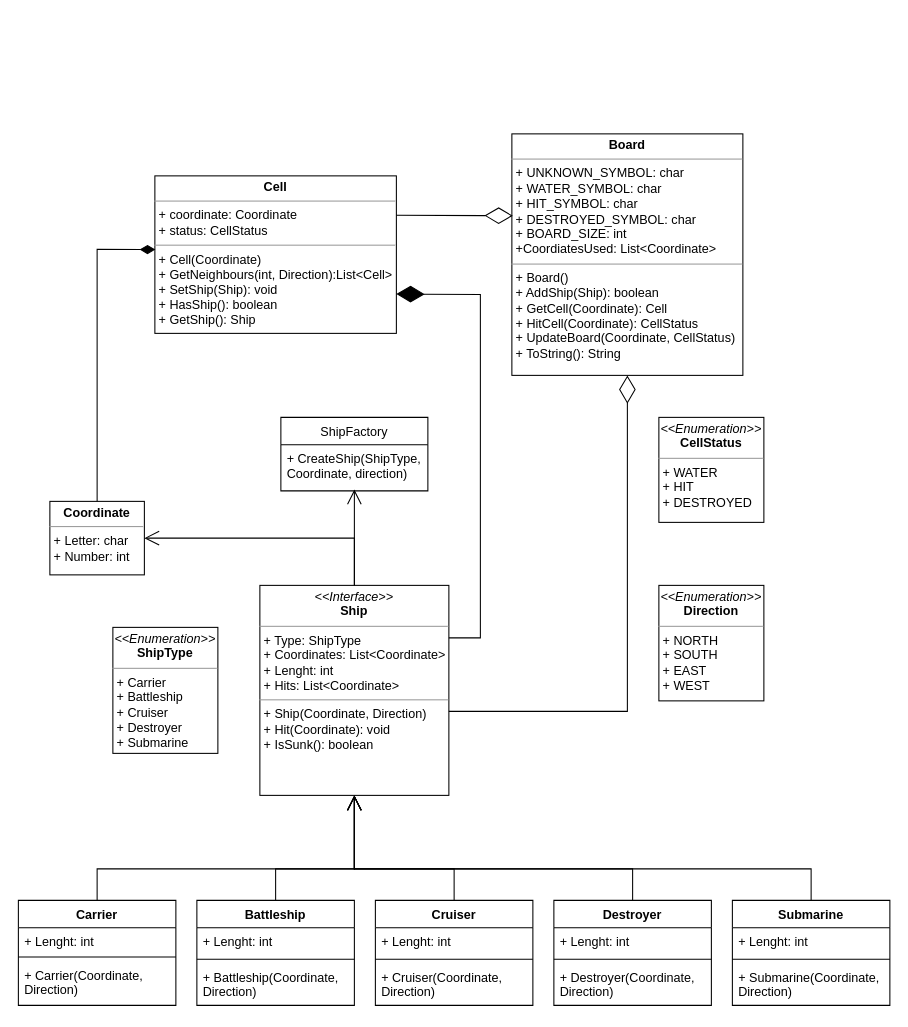
The draw.io diagram UML.drawio in CesarSnake/Battleship, before the edit. Source tidied: cells renumbered, new cells numbered last; positions are measured from the earlier drawing's top-left corner, leaving out a move shared by most shapes. Both pictures are drawn from the tidied source at 105%, with x=0, y=0 at pixel (18, 133).
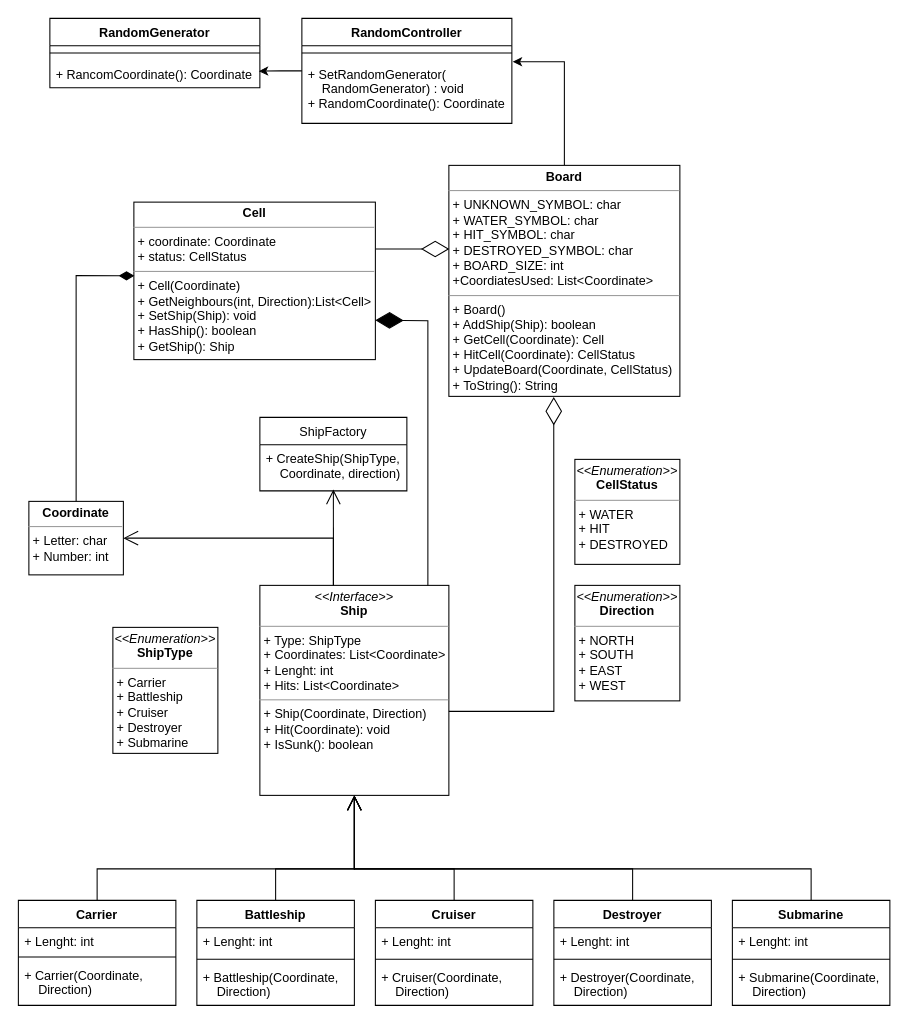
The same diagram, later.

Unchanged cells that the change refers to:
```xml
<mxCell id="2" value="&lt;p style=&quot;margin: 0px ; margin-top: 4px ; text-align: center&quot;&gt;&lt;i&gt;&amp;lt;&amp;lt;Interface&amp;gt;&amp;gt;&lt;/i&gt;&lt;br&gt;&lt;b&gt;Ship&lt;/b&gt;&lt;/p&gt;&lt;hr size=&quot;1&quot;&gt;&lt;p style=&quot;margin: 0px ; margin-left: 4px&quot;&gt;+ Type: ShipType&lt;/p&gt;&lt;p style=&quot;margin: 0px ; margin-left: 4px&quot;&gt;+ Coordinates: List&amp;lt;Coordinate&amp;gt;&lt;br&gt;&lt;/p&gt;&lt;p style=&quot;margin: 0px ; margin-left: 4px&quot;&gt;+ Lenght: int&lt;/p&gt;&lt;p style=&quot;margin: 0px ; margin-left: 4px&quot;&gt;+ Hits: List&amp;lt;Coordinate&amp;gt;&lt;/p&gt;&lt;hr size=&quot;1&quot;&gt;&lt;p style=&quot;margin: 0px ; margin-left: 4px&quot;&gt;+ Ship(Coordinate, Direction)&lt;/p&gt;&lt;p style=&quot;margin: 0px ; margin-left: 4px&quot;&gt;+ Hit(Coordinate): void&lt;br&gt;+ IsSunk(): boolean&lt;/p&gt;" style="verticalAlign=top;align=left;overflow=fill;fontSize=12;fontFamily=Helvetica;html=1;" parent="1" vertex="1">
  <mxGeometry x="230" y="430" width="180" height="200" as="geometry" />
</mxCell>
<mxCell id="5" value="Carrier" style="swimlane;fontStyle=1;align=center;verticalAlign=top;horizontal=1;startSize=26;" parent="1" vertex="1">
  <mxGeometry y="730" width="150" height="100" as="geometry" />
</mxCell>
<mxCell id="9" value="Battleship" style="swimlane;fontStyle=1;align=center;verticalAlign=top;horizontal=1;startSize=26;" parent="1" vertex="1">
  <mxGeometry x="170" y="730" width="150" height="100" as="geometry" />
</mxCell>
<mxCell id="13" value="Submarine" style="swimlane;fontStyle=1;align=center;verticalAlign=top;horizontal=1;startSize=26;" parent="1" vertex="1">
  <mxGeometry x="680" y="730" width="150" height="100" as="geometry" />
</mxCell>
<mxCell id="17" value="Destroyer" style="swimlane;fontStyle=1;align=center;verticalAlign=top;horizontal=1;startSize=26;" parent="1" vertex="1">
  <mxGeometry x="510" y="730" width="150" height="100" as="geometry" />
</mxCell>
<mxCell id="21" value="Cruiser" style="swimlane;fontStyle=1;align=center;verticalAlign=top;horizontal=1;startSize=26;" parent="1" vertex="1">
  <mxGeometry x="340" y="730" width="150" height="100" as="geometry" />
</mxCell>
```

Change to the diagram source:
```diff
@@
     <mxCell id="4" value="&lt;p style=&quot;margin: 0px ; margin-top: 4px ; text-align: center&quot;&gt;&lt;b&gt;Coordinate&lt;/b&gt;&lt;/p&gt;&lt;hr size=&quot;1&quot;&gt;&lt;p style=&quot;margin: 0px ; margin-left: 4px&quot;&gt;+ Letter: char&lt;/p&gt;&lt;p style=&quot;margin: 0px ; margin-left: 4px&quot;&gt;+ Number: int&lt;/p&gt;" style="verticalAlign=top;align=left;overflow=fill;fontSize=12;fontFamily=Helvetica;html=1;" parent="1" vertex="1">
-      <mxGeometry x="30" y="350" width="90" height="70" as="geometry" />
+      <mxGeometry x="10" y="350" width="90" height="70" as="geometry" />
     </mxCell>
@@
-    <mxCell id="8" value="+ Carrier(Coordinate, &#10;Direction)" style="text;strokeColor=none;fillColor=none;align=left;verticalAlign=top;spacingLeft=4;spacingRight=4;overflow=hidden;" parent="5" vertex="1">
+    <mxCell id="8" value="+ Carrier(Coordinate, &#10;    Direction)" style="text;strokeColor=none;fillColor=none;align=left;verticalAlign=top;spacingLeft=4;spacingRight=4;overflow=hidden;" parent="5" vertex="1">
       <mxGeometry y="58" width="150" height="42" as="geometry" />
     </mxCell>
@@
-    <mxCell id="12" value="+ Battleship(Coordinate,&#10;Direction)" style="text;strokeColor=none;fillColor=none;align=left;verticalAlign=top;spacingLeft=4;spacingRight=4;overflow=hidden;" parent="9" vertex="1">
+    <mxCell id="12" value="+ Battleship(Coordinate,&#10;    Direction)" style="text;strokeColor=none;fillColor=none;align=left;verticalAlign=top;spacingLeft=4;spacingRight=4;overflow=hidden;" parent="9" vertex="1">
       <mxGeometry y="60" width="150" height="40" as="geometry" />
     </mxCell>
@@
-    <mxCell id="16" value="+ Submarine(Coordinate,&#10;Direction)" style="text;strokeColor=none;fillColor=none;align=left;verticalAlign=top;spacingLeft=4;spacingRight=4;overflow=hidden;" parent="13" vertex="1">
+    <mxCell id="16" value="+ Submarine(Coordinate,&#10;    Direction)" style="text;strokeColor=none;fillColor=none;align=left;verticalAlign=top;spacingLeft=4;spacingRight=4;overflow=hidden;" parent="13" vertex="1">
       <mxGeometry y="60" width="150" height="40" as="geometry" />
     </mxCell>
@@
-    <mxCell id="20" value="+ Destroyer(Coordinate,&#10;Direction)" style="text;strokeColor=none;fillColor=none;align=left;verticalAlign=top;spacingLeft=4;spacingRight=4;overflow=hidden;" parent="17" vertex="1">
+    <mxCell id="20" value="+ Destroyer(Coordinate,&#10;    Direction)" style="text;strokeColor=none;fillColor=none;align=left;verticalAlign=top;spacingLeft=4;spacingRight=4;overflow=hidden;" parent="17" vertex="1">
       <mxGeometry y="60" width="150" height="40" as="geometry" />
     </mxCell>
@@
-    <mxCell id="24" value="+ Cruiser(Coordinate,&#10;Direction)" style="text;strokeColor=none;fillColor=none;align=left;verticalAlign=top;spacingLeft=4;spacingRight=4;overflow=hidden;" parent="21" vertex="1">
+    <mxCell id="24" value="+ Cruiser(Coordinate,&#10;    Direction)" style="text;strokeColor=none;fillColor=none;align=left;verticalAlign=top;spacingLeft=4;spacingRight=4;overflow=hidden;" parent="21" vertex="1">
       <mxGeometry y="60" width="150" height="40" as="geometry" />
     </mxCell>
+    <mxCell id="42" style="edgeStyle=orthogonalEdgeStyle;rounded=0;jettySize=auto;html=1;exitX=0.5;exitY=0;exitDx=0;exitDy=0;entryX=1.004;entryY=0.022;entryDx=0;entryDy=0;entryPerimeter=0;" parent="1" edge="1" source="25" target="46">
+      <mxGeometry relative="1" as="geometry" />
+    </mxCell>
     <mxCell id="25" value="&lt;p style=&quot;margin: 0px ; margin-top: 4px ; text-align: center&quot;&gt;&lt;b&gt;Board&lt;/b&gt;&lt;/p&gt;&lt;hr size=&quot;1&quot;&gt;&lt;p style=&quot;margin: 0px 0px 0px 4px&quot;&gt;+ UNKNOWN_SYMBOL: char&lt;/p&gt;&lt;p style=&quot;margin: 0px ; margin-left: 4px&quot;&gt;+ WATER_SYMBOL: char&lt;br&gt;&lt;/p&gt;&lt;p style=&quot;margin: 0px ; margin-left: 4px&quot;&gt;&lt;span&gt;+ HIT_SYMBOL: char&lt;/span&gt;&lt;br&gt;&lt;/p&gt;&lt;p style=&quot;margin: 0px ; margin-left: 4px&quot;&gt;+ DESTROYED_SYMBOL: char&lt;br&gt;+ BOARD_SIZE: int&lt;br&gt;+CoordiatesUsed: List&amp;lt;Coordinate&amp;gt;&lt;/p&gt;&lt;hr size=&quot;1&quot;&gt;&lt;p style=&quot;margin: 0px ; margin-left: 4px&quot;&gt;+ Board()&lt;/p&gt;&lt;p style=&quot;margin: 0px ; margin-left: 4px&quot;&gt;+ AddShip(Ship): boolean&lt;/p&gt;&lt;p style=&quot;margin: 0px ; margin-left: 4px&quot;&gt;+ GetCell(Coordinate): Cell&lt;br&gt;&lt;/p&gt;&lt;p style=&quot;margin: 0px ; margin-left: 4px&quot;&gt;+ HitCell(Coordinate): CellStatus&lt;/p&gt;&lt;p style=&quot;margin: 0px ; margin-left: 4px&quot;&gt;+ UpdateBoard(Coordinate, CellStatus)&lt;/p&gt;&lt;p style=&quot;margin: 0px ; margin-left: 4px&quot;&gt;+ ToString(): String&lt;/p&gt;&lt;p style=&quot;margin: 0px ; margin-left: 4px&quot;&gt;&lt;br&gt;&lt;/p&gt;" style="verticalAlign=top;align=left;overflow=fill;fontSize=12;fontFamily=Helvetica;html=1;" parent="1" vertex="1">
-      <mxGeometry x="470" width="220" height="230" as="geometry" />
+      <mxGeometry x="410" y="30" width="220" height="220" as="geometry" />
     </mxCell>
     <mxCell id="26" value="&lt;p style=&quot;margin: 0px ; margin-top: 4px ; text-align: center&quot;&gt;&lt;b&gt;Cell&lt;/b&gt;&lt;/p&gt;&lt;hr size=&quot;1&quot;&gt;&lt;p style=&quot;margin: 0px ; margin-left: 4px&quot;&gt;+ coordinate: Coordinate&lt;/p&gt;&lt;p style=&quot;margin: 0px ; margin-left: 4px&quot;&gt;+ status: CellStatus&lt;/p&gt;&lt;hr size=&quot;1&quot;&gt;&lt;p style=&quot;margin: 0px ; margin-left: 4px&quot;&gt;+ Cell(Coordinate)&lt;/p&gt;&lt;p style=&quot;margin: 0px ; margin-left: 4px&quot;&gt;+ GetNeighbours(int, Direction):List&amp;lt;Cell&amp;gt;&lt;/p&gt;&lt;p style=&quot;margin: 0px ; margin-left: 4px&quot;&gt;+ SetShip(Ship): void&lt;/p&gt;&lt;p style=&quot;margin: 0px ; margin-left: 4px&quot;&gt;+ HasShip(): boolean&lt;/p&gt;&lt;p style=&quot;margin: 0px ; margin-left: 4px&quot;&gt;+ GetShip(): Ship&lt;/p&gt;" style="verticalAlign=top;align=left;overflow=fill;fontSize=12;fontFamily=Helvetica;html=1;" parent="1" vertex="1">
-      <mxGeometry x="130" y="40" width="230" height="150" as="geometry" />
+      <mxGeometry x="110" y="65" width="230" height="150" as="geometry" />
     </mxCell>
-    <mxCell id="27" style="endArrow=diamondThin;endFill=0;endSize=24;html=1;rounded=0;entryX=0.004;entryY=0.339;entryDx=0;entryDy=0;exitX=1;exitY=0.25;exitDx=0;exitDy=0;entryPerimeter=0;" parent="1" edge="1" source="26" target="25">
+    <mxCell id="27" style="endArrow=diamondThin;endFill=0;endSize=24;html=1;rounded=0;entryX=0.002;entryY=0.362;entryDx=0;entryDy=0;entryPerimeter=0;exitX=1.001;exitY=0.298;exitDx=0;exitDy=0;exitPerimeter=0;" parent="1" edge="1" source="26" target="25">
       <mxGeometry relative="1" as="geometry" />
     </mxCell>
     <mxCell id="28" style="endArrow=diamondThin;endFill=1;endSize=12;html=1;rounded=0;entryX=0.002;entryY=0.468;entryDx=0;entryDy=0;exitX=0.5;exitY=0;exitDx=0;exitDy=0;entryPerimeter=0;" parent="1" edge="1" source="4" target="26">
       <mxGeometry relative="1" as="geometry">
         <Array as="points">
-          <mxPoint x="75" y="110" />
+          <mxPoint x="55" y="135" />
         </Array>
       </mxGeometry>
     </mxCell>
@@
-    <mxCell id="34" style="endArrow=diamondThin;endFill=0;endSize=24;html=1;rounded=0;entryX=0.5;entryY=1;entryDx=0;entryDy=0;exitX=1;exitY=0.6;exitDx=0;exitDy=0;exitPerimeter=0;" parent="1" edge="1" source="2" target="25">
+    <mxCell id="34" style="endArrow=diamondThin;endFill=0;endSize=24;html=1;rounded=0;entryX=0.454;entryY=1.003;entryDx=0;entryDy=0;exitX=1;exitY=0.6;exitDx=0;exitDy=0;exitPerimeter=0;entryPerimeter=0;" parent="1" edge="1" source="2" target="25">
       <mxGeometry relative="1" as="geometry">
         <Array as="points">
-          <mxPoint x="580" y="550" />
+          <mxPoint x="510" y="550" />
         </Array>
       </mxGeometry>
     </mxCell>
     <mxCell id="35" value="&lt;p style=&quot;margin: 0px ; margin-top: 4px ; text-align: center&quot;&gt;&lt;i&gt;&amp;lt;&amp;lt;Enumeration&amp;gt;&amp;gt;&lt;/i&gt;&lt;br&gt;&lt;b&gt;CellStatus&lt;/b&gt;&lt;/p&gt;&lt;hr size=&quot;1&quot;&gt;&lt;p style=&quot;margin: 0px ; margin-left: 4px&quot;&gt;+ WATER&lt;br&gt;&lt;/p&gt;&lt;p style=&quot;margin: 0px ; margin-left: 4px&quot;&gt;+ HIT&lt;/p&gt;&lt;p style=&quot;margin: 0px ; margin-left: 4px&quot;&gt;+ DESTROYED&lt;/p&gt;" style="verticalAlign=top;align=left;overflow=fill;fontSize=12;fontFamily=Helvetica;html=1;" parent="1" vertex="1">
-      <mxGeometry x="610" y="270" width="100" height="100" as="geometry" />
+      <mxGeometry x="530" y="310" width="100" height="100" as="geometry" />
     </mxCell>
     <mxCell id="36" value="&lt;p style=&quot;margin: 0px ; margin-top: 4px ; text-align: center&quot;&gt;&lt;i&gt;&amp;lt;&amp;lt;Enumeration&amp;gt;&amp;gt;&lt;/i&gt;&lt;br&gt;&lt;b&gt;Direction&lt;/b&gt;&lt;/p&gt;&lt;hr size=&quot;1&quot;&gt;&lt;p style=&quot;margin: 0px ; margin-left: 4px&quot;&gt;+ NORTH&lt;br&gt;&lt;/p&gt;&lt;p style=&quot;margin: 0px ; margin-left: 4px&quot;&gt;+ SOUTH&lt;/p&gt;&lt;p style=&quot;margin: 0px ; margin-left: 4px&quot;&gt;+ EAST&lt;/p&gt;&lt;p style=&quot;margin: 0px ; margin-left: 4px&quot;&gt;+ WEST&lt;/p&gt;" style="verticalAlign=top;align=left;overflow=fill;fontSize=12;fontFamily=Helvetica;html=1;" parent="1" vertex="1">
-      <mxGeometry x="610" y="430" width="100" height="110" as="geometry" />
+      <mxGeometry x="530" y="430" width="100" height="110" as="geometry" />
     </mxCell>
     <mxCell id="37" value="ShipFactory" style="swimlane;fontStyle=0;horizontal=1;startSize=26;fillColor=none;" parent="1" vertex="1">
-      <mxGeometry x="250" y="270" width="140" height="70" as="geometry" />
+      <mxGeometry x="230" y="270" width="140" height="70" as="geometry" />
     </mxCell>
-    <mxCell id="38" value="+ CreateShip(ShipType, &#10;Coordinate, direction)&#10;" style="text;strokeColor=none;fillColor=none;align=left;verticalAlign=top;spacingLeft=4;spacingRight=4;overflow=hidden;points=[[0,0.5],[1,0.5]];portConstraint=eastwest;" parent="37" vertex="1">
+    <mxCell id="38" value="+ CreateShip(ShipType, &#10;    Coordinate, direction)&#10;" style="text;strokeColor=none;fillColor=none;align=left;verticalAlign=top;spacingLeft=4;spacingRight=4;overflow=hidden;points=[[0,0.5],[1,0.5]];portConstraint=eastwest;" parent="37" vertex="1">
       <mxGeometry y="26" width="140" height="44" as="geometry" />
     </mxCell>
-    <mxCell id="39" style="endArrow=open;endFill=1;endSize=12;html=1;rounded=0;exitX=0.5;exitY=0;exitDx=0;exitDy=0;entryX=0.5;entryY=0.971;entryDx=0;entryDy=0;entryPerimeter=0;" parent="1" edge="1" source="2" target="38">
+    <mxCell id="39" style="endArrow=open;endFill=1;endSize=12;html=1;rounded=0;exitX=0.389;exitY=0;exitDx=0;exitDy=0;entryX=0.5;entryY=0.971;entryDx=0;entryDy=0;entryPerimeter=0;exitPerimeter=0;" parent="1" edge="1" source="2" target="38">
       <mxGeometry relative="1" as="geometry" />
     </mxCell>
-    <mxCell id="40" style="endArrow=open;endFill=1;endSize=12;html=1;rounded=0;entryX=1;entryY=0.5;entryDx=0;entryDy=0;exitX=0.5;exitY=0;exitDx=0;exitDy=0;" parent="1" edge="1" source="2" target="4">
+    <mxCell id="40" style="endArrow=open;endFill=1;endSize=12;html=1;rounded=0;entryX=1;entryY=0.5;entryDx=0;entryDy=0;" parent="1" edge="1" target="4">
       <mxGeometry relative="1" as="geometry">
+        <mxPoint x="300" y="430" as="sourcePoint" />
         <Array as="points">
-          <mxPoint x="320" y="385" />
+          <mxPoint x="300" y="385" />
         </Array>
       </mxGeometry>
     </mxCell>
-    <mxCell id="41" style="endArrow=diamondThin;endFill=1;endSize=24;html=1;rounded=0;exitX=1;exitY=0.25;exitDx=0;exitDy=0;entryX=1;entryY=0.75;entryDx=0;entryDy=0;" parent="1" edge="1" source="2" target="26">
+    <mxCell id="41" style="endArrow=diamondThin;endFill=1;endSize=24;html=1;rounded=0;entryX=1;entryY=0.75;entryDx=0;entryDy=0;" parent="1" edge="1" target="26">
       <mxGeometry relative="1" as="geometry">
+        <mxPoint x="390" y="430" as="sourcePoint" />
         <Array as="points">
-          <mxPoint x="440" y="480" />
-          <mxPoint x="440" y="153" />
+          <mxPoint x="390" y="178" />
         </Array>
       </mxGeometry>
     </mxCell>
+    <mxCell id="43" style="edgeStyle=orthogonalEdgeStyle;rounded=0;jettySize=auto;html=1;entryX=0.995;entryY=0.394;entryDx=0;entryDy=0;entryPerimeter=0;" parent="1" edge="1" source="44" target="49">
+      <mxGeometry relative="1" as="geometry" />
+    </mxCell>
+    <mxCell id="44" value="RandomController" style="swimlane;fontStyle=1;align=center;verticalAlign=top;horizontal=1;startSize=26;" parent="1" vertex="1">
+      <mxGeometry x="270" y="-110" width="200" height="100" as="geometry" />
+    </mxCell>
+    <mxCell id="45" style="line;strokeWidth=1;fillColor=none;align=left;verticalAlign=middle;spacingTop=-1;spacingLeft=3;spacingRight=3;labelPosition=right;" parent="44" vertex="1">
+      <mxGeometry y="26" width="200" height="14" as="geometry" />
+    </mxCell>
+    <mxCell id="46" value="+ SetRandomGenerator(&#10;    RandomGenerator) : void&#10;+ RandomCoordinate(): Coordinate&#10;" style="text;strokeColor=none;fillColor=none;align=left;verticalAlign=top;spacingLeft=4;spacingRight=4;overflow=hidden;points=[[0,0.5],[1,0.5]];portConstraint=eastwest;" parent="44" vertex="1">
+      <mxGeometry y="40" width="200" height="60" as="geometry" />
+    </mxCell>
+    <mxCell id="47" value="RandomGenerator" style="swimlane;fontStyle=1;align=center;verticalAlign=top;horizontal=1;startSize=26;" parent="1" vertex="1">
+      <mxGeometry x="30" y="-110" width="200" height="66" as="geometry" />
+    </mxCell>
+    <mxCell id="48" style="line;strokeWidth=1;fillColor=none;align=left;verticalAlign=middle;spacingTop=-1;spacingLeft=3;spacingRight=3;labelPosition=right;" parent="47" vertex="1">
+      <mxGeometry y="26" width="200" height="14" as="geometry" />
+    </mxCell>
+    <mxCell id="49" value="+ RancomCoordinate(): Coordinate" style="text;strokeColor=none;fillColor=none;align=left;verticalAlign=top;spacingLeft=4;spacingRight=4;overflow=hidden;points=[[0,0.5],[1,0.5]];portConstraint=eastwest;" parent="47" vertex="1">
+      <mxGeometry y="40" width="200" height="26" as="geometry" />
+    </mxCell>
```
